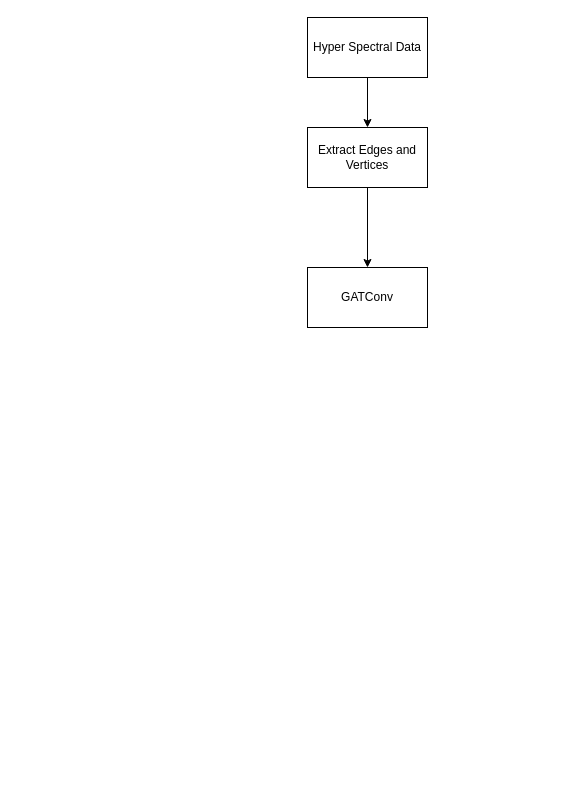
This is gatvae.drawio from ranyishere/draw.io, a draw.io file, before an edit. Source tidied: cells renumbered, new cells numbered last; positions are measured from the earlier drawing's top-left corner, leaving out a move shared by most shapes. Both pictures are drawn from the tidied source at 100%, with x=0, y=0 at pixel (307, 17).
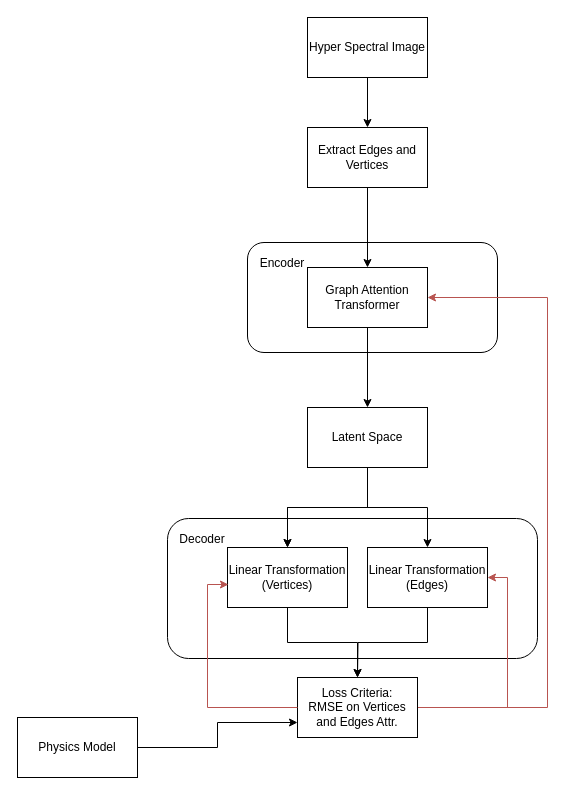
After the change.

Diff of the diagram source:
```diff
@@
+    <mxCell id="7" style="rounded=1;whiteSpace=wrap;html=1;" parent="1" vertex="1">
+      <mxGeometry x="-140" y="501" width="370" height="140" as="geometry" />
+    </mxCell>
+    <mxCell id="8" value="Decoder" style="text;html=1;align=center;verticalAlign=middle;whiteSpace=wrap;rounded=0;" parent="1" vertex="1">
+      <mxGeometry x="-135" y="507" width="60" height="30" as="geometry" />
+    </mxCell>
+    <mxCell id="9" style="rounded=1;whiteSpace=wrap;html=1;" parent="1" vertex="1">
+      <mxGeometry x="-60" y="225" width="250" height="110" as="geometry" />
+    </mxCell>
@@
-    <mxCell id="3" value="&lt;div&gt;Hyper Spectral Data&lt;/div&gt;" style="rounded=0;whiteSpace=wrap;html=1;" parent="1" vertex="1">
+    <mxCell id="3" value="&lt;div&gt;Hyper Spectral Image&lt;/div&gt;" style="rounded=0;whiteSpace=wrap;html=1;" parent="1" vertex="1">
       <mxGeometry width="120" height="60" as="geometry" />
     </mxCell>
@@
+    <mxCell id="10" style="edgeStyle=orthogonalEdgeStyle;rounded=0;jettySize=auto;html=1;" parent="1" edge="1" source="6" target="14">
+      <mxGeometry relative="1" as="geometry" />
+    </mxCell>
-    <mxCell id="6" value="GATConv" style="rounded=0;whiteSpace=wrap;html=1;" parent="1" vertex="1">
+    <mxCell id="6" value="Graph Attention Transformer" style="rounded=0;whiteSpace=wrap;html=1;" parent="1" vertex="1">
       <mxGeometry y="250" width="120" height="60" as="geometry" />
     </mxCell>
+    <mxCell id="11" style="edgeStyle=orthogonalEdgeStyle;rounded=0;jettySize=auto;html=1;" parent="1" edge="1" source="14" target="16">
+      <mxGeometry relative="1" as="geometry" />
+    </mxCell>
+    <mxCell id="12" style="edgeStyle=orthogonalEdgeStyle;rounded=0;jettySize=auto;html=1;" parent="1" edge="1" source="14" target="16">
+      <mxGeometry relative="1" as="geometry" />
+    </mxCell>
+    <mxCell id="13" style="edgeStyle=orthogonalEdgeStyle;rounded=0;jettySize=auto;html=1;entryX=0.5;entryY=0;entryDx=0;entryDy=0;" parent="1" edge="1" source="14" target="18">
+      <mxGeometry relative="1" as="geometry" />
+    </mxCell>
+    <mxCell id="14" value="Latent Space" style="rounded=0;whiteSpace=wrap;html=1;" parent="1" vertex="1">
+      <mxGeometry y="390" width="120" height="60" as="geometry" />
+    </mxCell>
+    <mxCell id="15" style="edgeStyle=orthogonalEdgeStyle;rounded=0;jettySize=auto;html=1;entryX=0.5;entryY=0;entryDx=0;entryDy=0;" parent="1" edge="1" source="16" target="21">
+      <mxGeometry relative="1" as="geometry" />
+    </mxCell>
+    <mxCell id="16" value="Linear Transformation (Vertices)" style="rounded=0;whiteSpace=wrap;html=1;" parent="1" vertex="1">
+      <mxGeometry x="-80" y="530" width="120" height="60" as="geometry" />
+    </mxCell>
+    <mxCell id="17" style="edgeStyle=orthogonalEdgeStyle;rounded=0;jettySize=auto;html=1;exitX=0.5;exitY=1;exitDx=0;exitDy=0;" parent="1" edge="1" source="18">
+      <mxGeometry relative="1" as="geometry">
+        <mxPoint x="50" y="660" as="targetPoint" />
+      </mxGeometry>
+    </mxCell>
+    <mxCell id="18" value="&lt;div&gt;Linear Transformation&lt;/div&gt;&lt;div&gt;(Edges)&lt;br&gt;&lt;/div&gt;" style="whiteSpace=wrap;html=1;" parent="1" vertex="1">
+      <mxGeometry x="60" y="530" width="120" height="60" as="geometry" />
+    </mxCell>
+    <mxCell id="19" style="edgeStyle=orthogonalEdgeStyle;rounded=0;jettySize=auto;html=1;exitX=1;exitY=0.5;exitDx=0;exitDy=0;entryX=1;entryY=0.5;entryDx=0;entryDy=0;fillColor=#f8cecc;strokeColor=#b85450;" parent="1" edge="1" source="21" target="6">
+      <mxGeometry relative="1" as="geometry">
+        <Array as="points">
+          <mxPoint x="240" y="690" />
+          <mxPoint x="240" y="280" />
+        </Array>
+      </mxGeometry>
+    </mxCell>
+    <mxCell id="20" style="edgeStyle=orthogonalEdgeStyle;rounded=0;jettySize=auto;html=1;exitX=1;exitY=0.5;exitDx=0;exitDy=0;entryX=1;entryY=0.5;entryDx=0;entryDy=0;fillColor=#f8cecc;strokeColor=#b85450;" parent="1" edge="1" source="21" target="18">
+      <mxGeometry relative="1" as="geometry" />
+    </mxCell>
+    <mxCell id="21" value="&lt;div&gt;Loss Criteria:&lt;/div&gt;&lt;div&gt;RMSE on Vertices and Edges Attr.&lt;br&gt;&lt;/div&gt;" style="whiteSpace=wrap;html=1;" parent="1" vertex="1">
+      <mxGeometry x="-10" y="660" width="120" height="60" as="geometry" />
+    </mxCell>
+    <mxCell id="22" style="edgeStyle=orthogonalEdgeStyle;rounded=0;jettySize=auto;html=1;entryX=0.008;entryY=0.617;entryDx=0;entryDy=0;entryPerimeter=0;fillColor=#f8cecc;strokeColor=#b85450;" parent="1" edge="1" source="21" target="16">
+      <mxGeometry relative="1" as="geometry">
+        <Array as="points">
+          <mxPoint x="-100" y="690" />
+          <mxPoint x="-100" y="567" />
+        </Array>
+      </mxGeometry>
+    </mxCell>
+    <mxCell id="23" style="edgeStyle=orthogonalEdgeStyle;rounded=0;jettySize=auto;html=1;entryX=0;entryY=0.75;entryDx=0;entryDy=0;" parent="1" edge="1" source="24" target="21">
+      <mxGeometry relative="1" as="geometry" />
+    </mxCell>
+    <mxCell id="24" value="Physics Model" style="whiteSpace=wrap;html=1;" parent="1" vertex="1">
+      <mxGeometry x="-290" y="700" width="120" height="60" as="geometry" />
+    </mxCell>
+    <mxCell id="25" value="Encoder" style="text;html=1;align=center;verticalAlign=middle;whiteSpace=wrap;rounded=0;" parent="1" vertex="1">
+      <mxGeometry x="-55" y="231" width="60" height="30" as="geometry" />
+    </mxCell>
```
